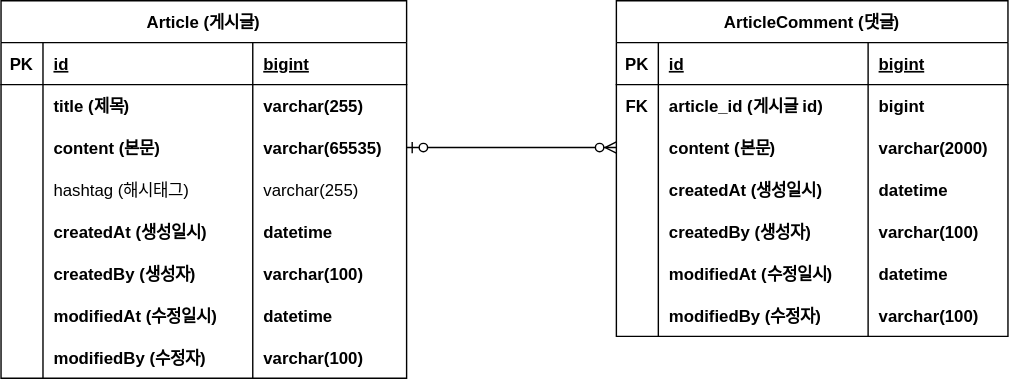
Before: document/project-board-erd.drawio.svg, a diagram exported from draw.io (yjsmk0902/Factory). Source tidied: cells renumbered, new cells last; positions are measured from the earlier drawing's top-left corner, leaving out a move shared by most shapes.
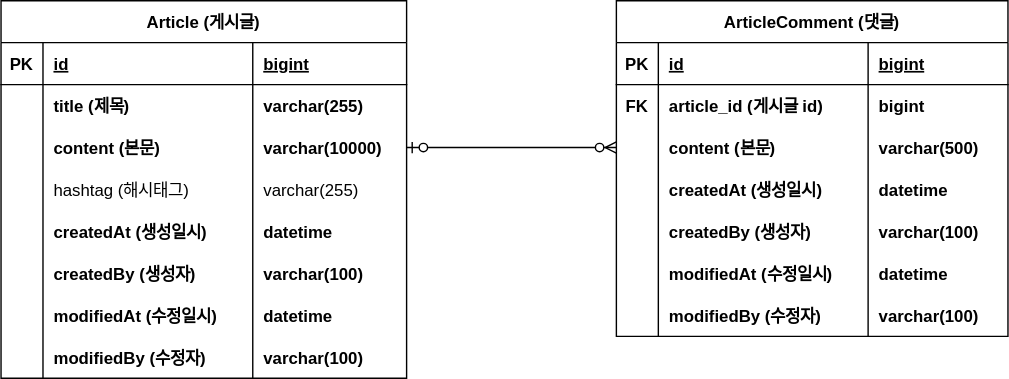
Later version of the same file.

Commit message:
#10 - ERD 업데이트 : content 사이즈 재조정

Diff of the diagram source:
```diff
@@ -38,7 +38,7 @@
     <mxCell id="13" value="content (본문)" style="shape=partialRectangle;overflow=hidden;fillColor=none;top=0;left=0;bottom=0;right=0;align=left;spacingLeft=6;fontStyle=1;" parent="11" vertex="1">
       <mxGeometry x="30" width="150" height="30" as="geometry" />
     </mxCell>
-    <mxCell id="14" value="varchar(65535)" style="shape=partialRectangle;overflow=hidden;fillColor=none;top=0;left=0;bottom=0;right=0;align=left;spacingLeft=6;fontStyle=1;" parent="11" vertex="1">
+    <mxCell id="14" value="varchar(10000)" style="shape=partialRectangle;overflow=hidden;fillColor=none;top=0;left=0;bottom=0;right=0;align=left;spacingLeft=6;fontStyle=1;" parent="11" vertex="1">
       <mxGeometry x="180" width="110" height="30" as="geometry" />
     </mxCell>
     <mxCell id="15" style="shape=partialRectangle;fillColor=none;top=0;left=0;right=0;bottom=0;" parent="2" vertex="1">
@@ -137,7 +137,7 @@
     <mxCell id="46" value="content (본문)" style="shape=partialRectangle;overflow=hidden;fillColor=none;top=0;left=0;bottom=0;right=0;align=left;spacingLeft=6;fontStyle=1;" parent="44" vertex="1">
       <mxGeometry x="30" width="150" height="30" as="geometry" />
     </mxCell>
-    <mxCell id="47" value="varchar(2000)" style="shape=partialRectangle;overflow=hidden;fillColor=none;top=0;left=0;bottom=0;right=0;align=left;spacingLeft=6;fontStyle=1;" parent="44" vertex="1">
+    <mxCell id="47" value="varchar(500)" style="shape=partialRectangle;overflow=hidden;fillColor=none;top=0;left=0;bottom=0;right=0;align=left;spacingLeft=6;fontStyle=1;" parent="44" vertex="1">
       <mxGeometry x="180" width="100" height="30" as="geometry" />
     </mxCell>
     <mxCell id="48" style="shape=partialRectangle;fillColor=none;top=0;left=0;right=0;bottom=0;" parent="35" vertex="1">
```
